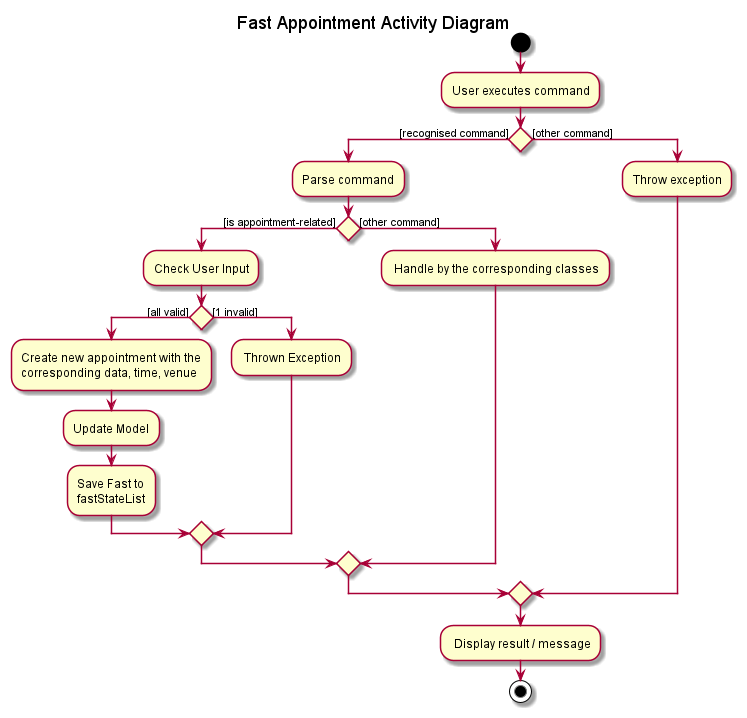
Above: docs/images/AppointmentActivityDiagram.png in nus-cs2103-AY2122S1/tp (PlantUML), before the change.
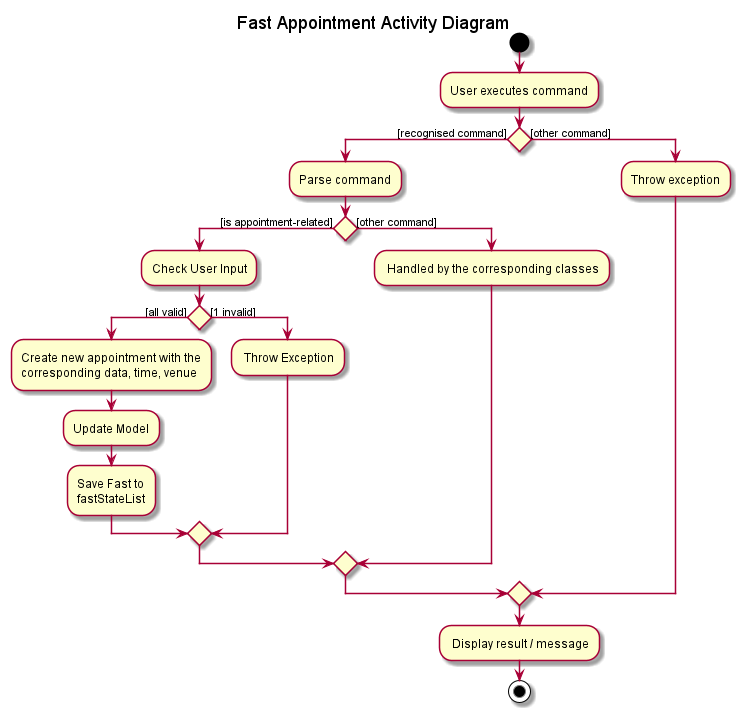
Above is the later version.

The edit, as a diff of the source:
```diff
@@ -16,10 +16,10 @@
             :Save Fast to
             fastStateList;
             else ([1 invalid])
-            - Thrown Exception
+            - Throw Exception
             endif
         else ([other command])
-        - Handle by the corresponding classes
+        - Handled by the corresponding classes
         endif
 else ([other command])
   -Throw exception
```
